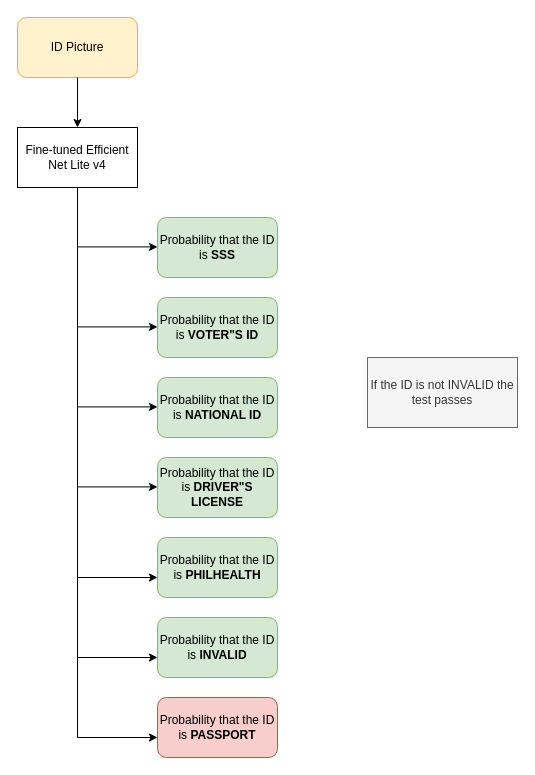
Before: docs/raw/id_type_validation.drawio in brymer-meneses/GDetect, a draw.io diagram. Source tidied: cells renumbered, new cells numbered last; positions are measured from the earlier drawing's top-left corner, leaving out a move shared by most shapes. Both pictures are drawn from the tidied source at 100%, with x=0, y=0 at pixel (17, 17).
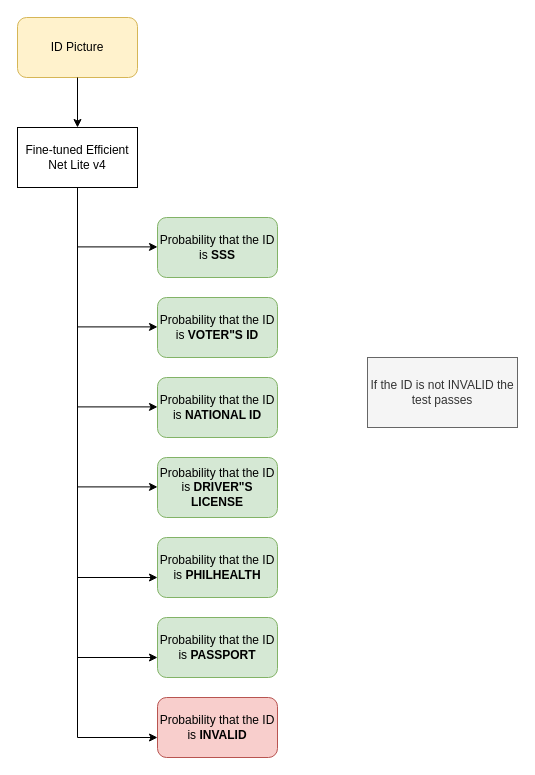
Above is the later version.

The edit, as a diff of the source:
```diff
@@
-    <mxCell id="16" value="&lt;span style=&quot;color: rgb(0 , 0 , 0) ; font-family: &amp;#34;helvetica&amp;#34; ; font-size: 12px ; font-style: normal ; letter-spacing: normal ; text-align: center ; text-indent: 0px ; text-transform: none ; word-spacing: 0px ; display: inline ; float: none&quot;&gt;Probability that the ID is&amp;nbsp;&lt;b&gt;INVALID&lt;/b&gt;&lt;/span&gt;" style="rounded=1;whiteSpace=wrap;html=1;fillColor=#d5e8d4;strokeColor=#82b366;" parent="1" vertex="1">
+    <mxCell id="16" value="&lt;span style=&quot;color: rgb(0 , 0 , 0) ; font-family: &amp;#34;helvetica&amp;#34; ; font-size: 12px ; font-style: normal ; letter-spacing: normal ; text-align: center ; text-indent: 0px ; text-transform: none ; word-spacing: 0px ; display: inline ; float: none&quot;&gt;Probability that the ID is &lt;b&gt;PASSPORT&lt;/b&gt;&lt;/span&gt;" style="rounded=1;whiteSpace=wrap;html=1;fillColor=#d5e8d4;strokeColor=#82b366;" parent="1" vertex="1">
       <mxGeometry x="140" y="600" width="120" height="60" as="geometry" />
     </mxCell>
@@
-    <mxCell id="18" value="&lt;span style=&quot;color: rgb(0 , 0 , 0) ; font-family: &amp;#34;helvetica&amp;#34; ; font-size: 12px ; font-style: normal ; letter-spacing: normal ; text-align: center ; text-indent: 0px ; text-transform: none ; word-spacing: 0px ; display: inline ; float: none&quot;&gt;Probability that the ID is &lt;b&gt;PASSPORT&lt;/b&gt;&lt;/span&gt;" style="rounded=1;whiteSpace=wrap;html=1;fillColor=#f8cecc;strokeColor=#b85450;" parent="1" vertex="1">
+    <mxCell id="18" value="&lt;span style=&quot;color: rgb(0 , 0 , 0) ; font-family: &amp;#34;helvetica&amp;#34; ; font-size: 12px ; font-style: normal ; letter-spacing: normal ; text-align: center ; text-indent: 0px ; text-transform: none ; word-spacing: 0px ; display: inline ; float: none&quot;&gt;Probability that the ID is &lt;b&gt;INVALID&lt;/b&gt;&lt;/span&gt;" style="rounded=1;whiteSpace=wrap;html=1;fillColor=#f8cecc;strokeColor=#b85450;" parent="1" vertex="1">
       <mxGeometry x="140" y="680" width="120" height="60" as="geometry" />
     </mxCell>
```
